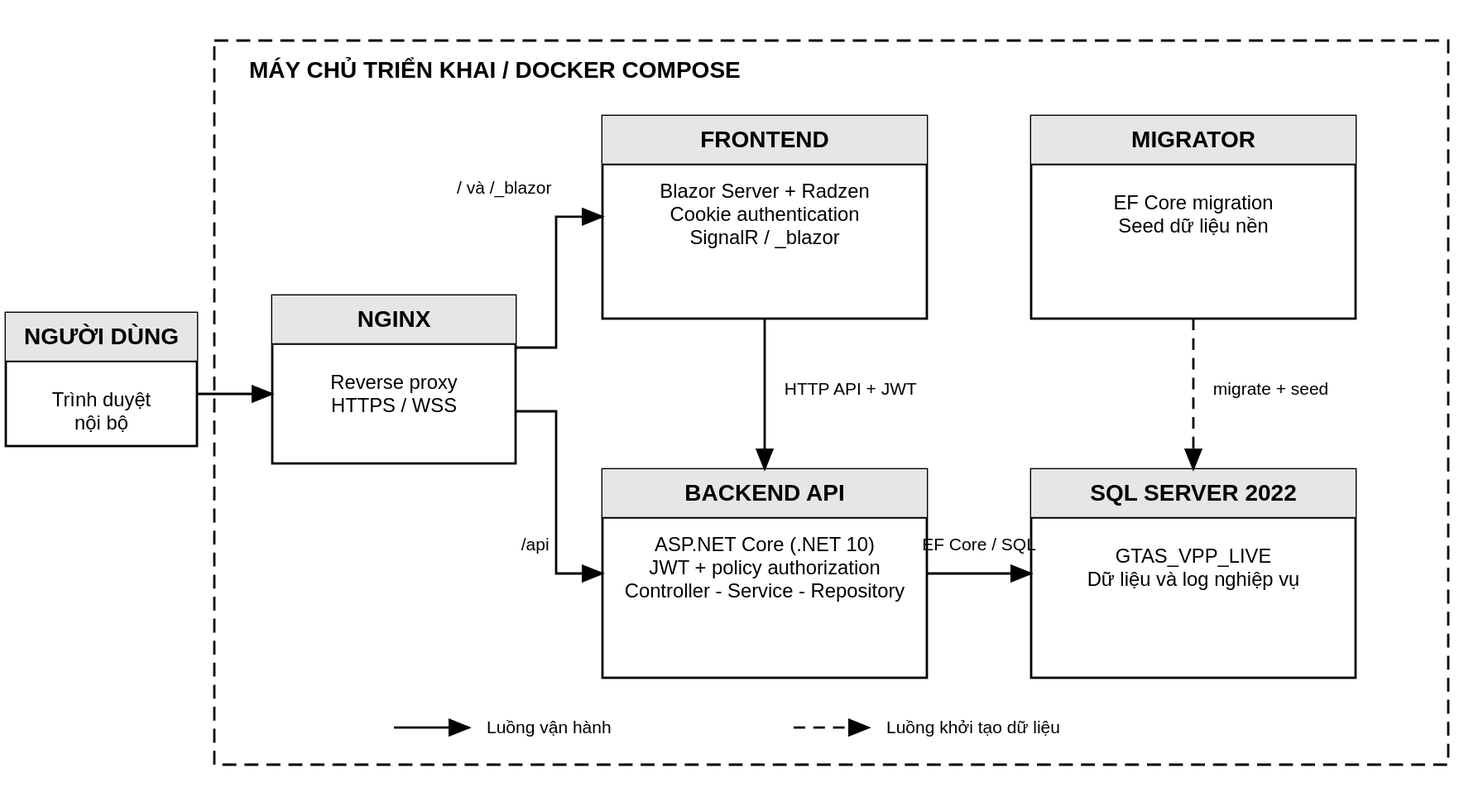
Above: LVTN/diagrams/ch02/architecture-overview.svg in Miikey24s/gtas_vpp (PlantUML), before the change. Its source is kept beside it as LVTN/diagrams/ch02/architecture-overview.puml. The source it was exported from:
```plantuml
@startuml
!include ../common/style.puml

left to right direction
skinparam defaultFontSize 11
skinparam titleFontSize 17
skinparam linetype ortho

title Kiến trúc triển khai tổng thể hệ thống GTAS VPP

actor "Người dùng\nnội bộ" as User

node "Máy chủ triển khai / Docker Compose" {
  node "Nginx reverse proxy\nHTTPS / WSS" as Proxy
  rectangle "Frontend container\nBlazor Server + Radzen\nCookie authentication\nSignalR / _blazor" as Frontend
  rectangle "Backend container\nASP.NET Core Web API (.NET 10)\nJWT + policy authorization\nController - Service - Repository" as Backend
  rectangle "Migrator container\nEF Core migration\nSeed dữ liệu nền" as Migrator
  database "SQL Server 2022 container\nGTAS_VPP_LIVE\nDữ liệu và log nghiệp vụ" as Database
}

User --> Proxy : HTTPS / WSS
Proxy --> Frontend : / và /_blazor
Proxy --> Backend : /api
Frontend --> Backend : HTTP API + JWT
Backend --> Database : EF Core / SQL
Migrator ..> Database : migrate + seed

@enduml
```
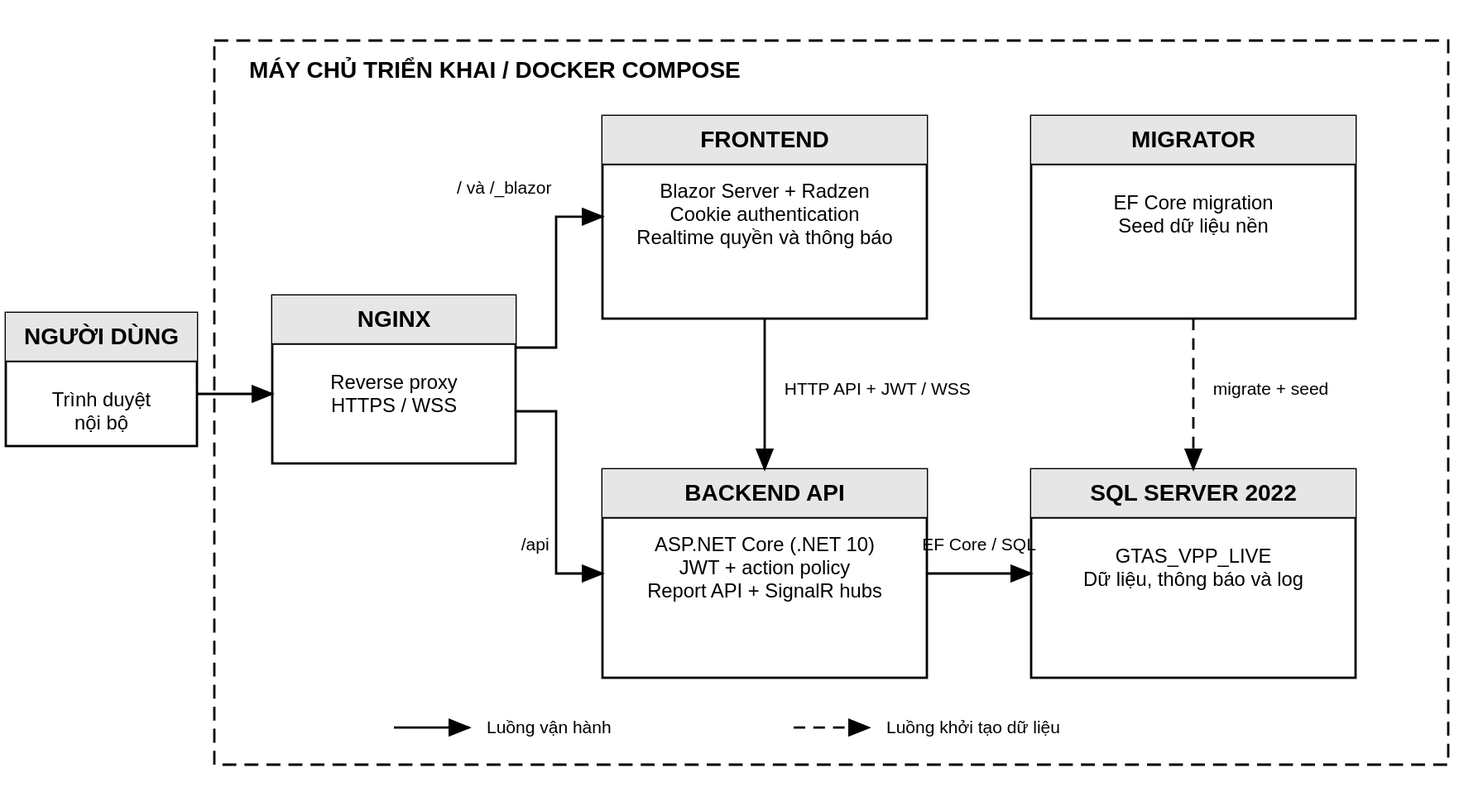
The same file after the commit.

What changed in the source:
```diff
@@ -12,16 +12,16 @@
 
 node "Máy chủ triển khai / Docker Compose" {
   node "Nginx reverse proxy\nHTTPS / WSS" as Proxy
-  rectangle "Frontend container\nBlazor Server + Radzen\nCookie authentication\nSignalR / _blazor" as Frontend
-  rectangle "Backend container\nASP.NET Core Web API (.NET 10)\nJWT + policy authorization\nController - Service - Repository" as Backend
+  rectangle "Frontend container\nBlazor Server + Radzen\nCookie authentication\nRealtime quyền và thông báo" as Frontend
+  rectangle "Backend container\nASP.NET Core Web API (.NET 10)\nJWT + action policy\nReport API + SignalR hubs" as Backend
   rectangle "Migrator container\nEF Core migration\nSeed dữ liệu nền" as Migrator
-  database "SQL Server 2022 container\nGTAS_VPP_LIVE\nDữ liệu và log nghiệp vụ" as Database
+  database "SQL Server 2022 container\nGTAS_VPP_LIVE\nDữ liệu, thông báo và log" as Database
 }
 
 User --> Proxy : HTTPS / WSS
 Proxy --> Frontend : / và /_blazor
 Proxy --> Backend : /api
-Frontend --> Backend : HTTP API + JWT
+Frontend --> Backend : HTTP API + JWT / WSS
 Backend --> Database : EF Core / SQL
 Migrator ..> Database : migrate + seed
 
```
